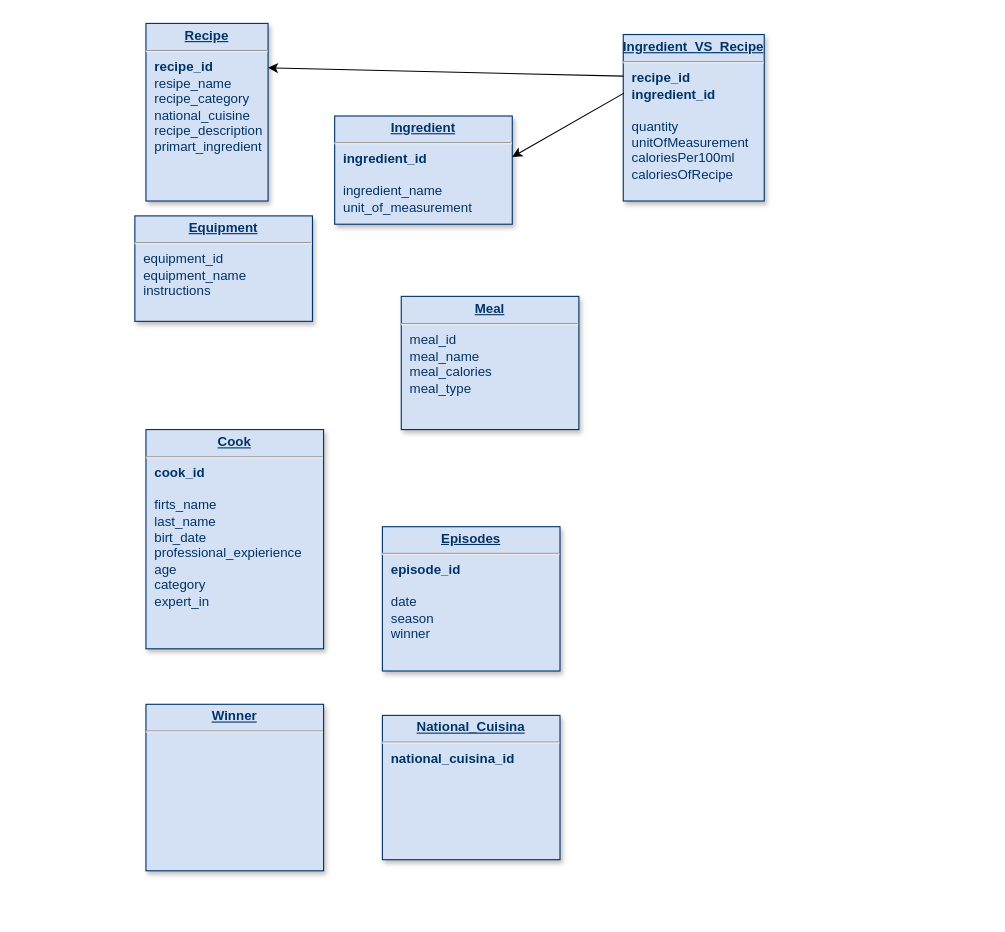
Before: Untitled Diagram.drawio in Silia030303/Data_Base_NTUA, a draw.io diagram. Source tidied: cells renumbered, new cells numbered last; positions are measured from the earlier drawing's top-left corner, leaving out a move shared by most shapes. Both pictures are drawn from the tidied source at 111%, with x=0, y=0 at pixel (134, 23).
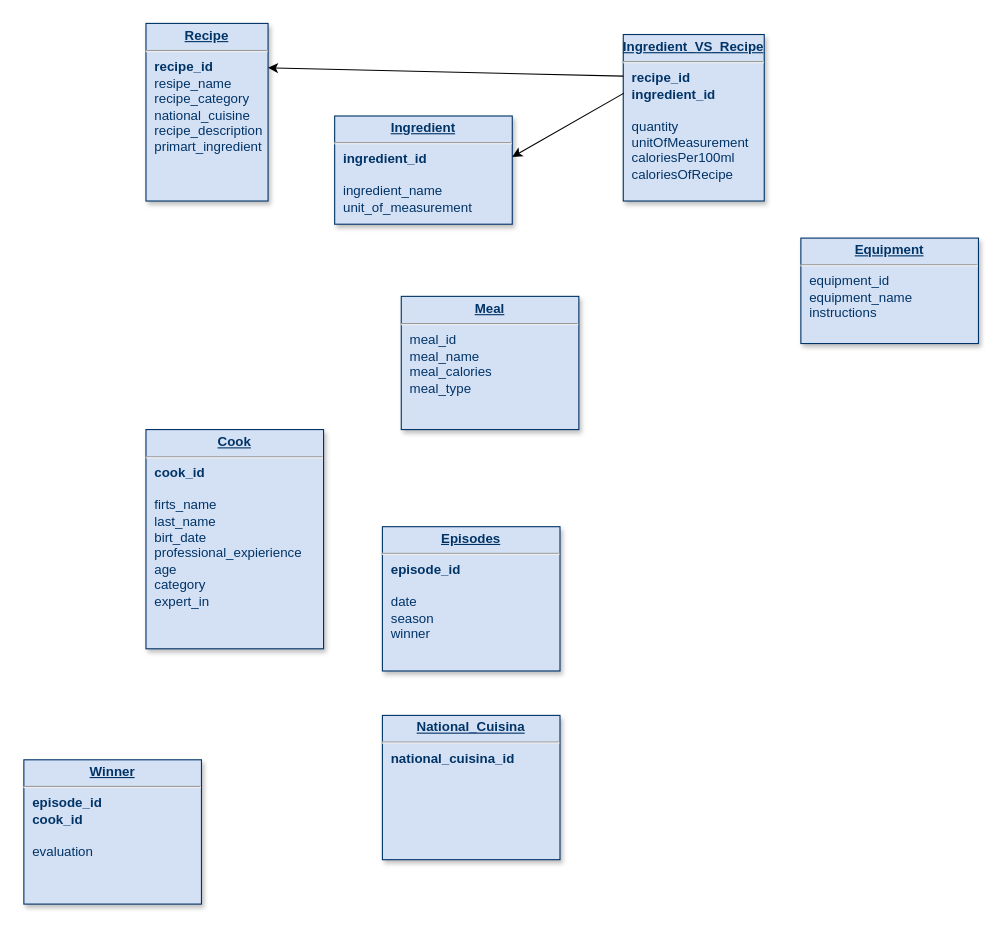
Above is the later version.

The edit, as a diff of the source:
```diff
@@
 <mxGraphModel>
   <root>
     <mxCell id="0" />
     <mxCell id="1" parent="0" />
     <mxCell id="2" value="&lt;p style=&quot;margin: 0px; margin-top: 4px; text-align: center; text-decoration: underline;&quot;&gt;&lt;b&gt;Meal&lt;/b&gt;&lt;/p&gt;&lt;hr&gt;&lt;p style=&quot;margin: 0px; margin-left: 8px;&quot;&gt;meal_id&lt;br&gt;meal_name&lt;/p&gt;&lt;p style=&quot;margin: 0px; margin-left: 8px;&quot;&gt;meal_calories&lt;/p&gt;&lt;p style=&quot;margin: 0px; margin-left: 8px;&quot;&gt;meal_type&lt;/p&gt;" style="verticalAlign=top;align=left;overflow=fill;fontSize=12;fontFamily=Helvetica;html=1;strokeColor=#003366;shadow=1;fillColor=#D4E1F5;fontColor=#003366;" parent="1" vertex="1">
       <mxGeometry x="240" y="245.5" width="160" height="120" as="geometry" />
     </mxCell>
     <mxCell id="3" value="&lt;p style=&quot;margin: 4px 0px 0px; text-align: center;&quot;&gt;&lt;b style=&quot;text-decoration-line: underline;&quot;&gt;In&lt;/b&gt;&lt;span style=&quot;background-color: initial; text-align: left;&quot;&gt;&lt;b&gt;&lt;u&gt;gredient&lt;/u&gt;&lt;/b&gt;&lt;/span&gt;&lt;/p&gt;&lt;hr&gt;&lt;p style=&quot;margin: 0px; margin-left: 8px;&quot;&gt;&lt;b&gt;ingredient_id&lt;/b&gt;&lt;/p&gt;&lt;p style=&quot;margin: 0px; margin-left: 8px;&quot;&gt;&lt;br&gt;&lt;/p&gt;&lt;p style=&quot;margin: 0px; margin-left: 8px;&quot;&gt;ingredient_name&amp;nbsp;&lt;/p&gt;&lt;p style=&quot;margin: 0px; margin-left: 8px;&quot;&gt;unit_of_measurement&lt;/p&gt;" style="verticalAlign=top;align=left;overflow=fill;fontSize=12;fontFamily=Helvetica;html=1;strokeColor=#003366;shadow=1;fillColor=#D4E1F5;fontColor=#003366;" parent="1" vertex="1">
       <mxGeometry x="180" y="83" width="160" height="97.5" as="geometry" />
     </mxCell>
     <mxCell id="4" value="&lt;p style=&quot;margin: 0px; margin-top: 4px; text-align: center; text-decoration: underline;&quot;&gt;&lt;b&gt;Equipment&lt;/b&gt;&lt;/p&gt;&lt;hr&gt;&lt;p style=&quot;margin: 0px; margin-left: 8px;&quot;&gt;equipment_id&lt;/p&gt;&lt;p style=&quot;margin: 0px; margin-left: 8px;&quot;&gt;equipment_name&amp;nbsp;&lt;/p&gt;&lt;p style=&quot;margin: 0px; margin-left: 8px;&quot;&gt;instructions&lt;/p&gt;" style="verticalAlign=top;align=left;overflow=fill;fontSize=12;fontFamily=Helvetica;html=1;strokeColor=#003366;shadow=1;fillColor=#D4E1F5;fontColor=#003366;" parent="1" vertex="1">
-      <mxGeometry y="173" width="160" height="95" as="geometry" />
+      <mxGeometry x="600" y="193" width="160" height="95" as="geometry" />
     </mxCell>
     <mxCell id="5" value="&lt;p style=&quot;margin: 0px; margin-top: 4px; text-align: center; text-decoration: underline;&quot;&gt;&lt;b&gt;Ingredient_VS_Recipe&lt;/b&gt;&lt;/p&gt;&lt;hr&gt;&lt;p style=&quot;margin: 0px; margin-left: 8px;&quot;&gt;&lt;b&gt;recipe_id&lt;/b&gt;&lt;/p&gt;&lt;p style=&quot;margin: 0px; margin-left: 8px;&quot;&gt;&lt;b&gt;ingredient_id&lt;/b&gt;&lt;/p&gt;&lt;p style=&quot;margin: 0px; margin-left: 8px;&quot;&gt;&lt;br&gt;&lt;/p&gt;&lt;p style=&quot;margin: 0px; margin-left: 8px;&quot;&gt;quantity&amp;nbsp;&lt;/p&gt;&lt;p style=&quot;margin: 0px; margin-left: 8px;&quot;&gt;unitOfMeasurement&lt;/p&gt;&lt;p style=&quot;margin: 0px; margin-left: 8px;&quot;&gt;caloriesPer100ml&lt;/p&gt;&lt;p style=&quot;margin: 0px; margin-left: 8px;&quot;&gt;caloriesOfRecipe&lt;/p&gt;" style="verticalAlign=top;align=left;overflow=fill;fontSize=12;fontFamily=Helvetica;html=1;strokeColor=#003366;shadow=1;fillColor=#D4E1F5;fontColor=#003366;" parent="1" vertex="1">
       <mxGeometry x="440" y="9.6" width="127" height="150" as="geometry" />
     </mxCell>
     <mxCell id="6" value="&lt;p style=&quot;margin: 0px; margin-top: 4px; text-align: center; text-decoration: underline;&quot;&gt;&lt;b&gt;Recipe&lt;/b&gt;&lt;/p&gt;&lt;hr&gt;&lt;p style=&quot;margin: 0px; margin-left: 8px;&quot;&gt;&lt;b&gt;recipe_id&lt;/b&gt;&lt;/p&gt;&lt;p style=&quot;margin: 0px; margin-left: 8px;&quot;&gt;resipe_name&lt;/p&gt;&lt;p style=&quot;margin: 0px; margin-left: 8px;&quot;&gt;recipe_category&lt;/p&gt;&lt;p style=&quot;margin: 0px; margin-left: 8px;&quot;&gt;national_cuisine&lt;/p&gt;&lt;p style=&quot;margin: 0px; margin-left: 8px;&quot;&gt;recipe_description&lt;/p&gt;&lt;p style=&quot;margin: 0px; margin-left: 8px;&quot;&gt;primart_ingredient&lt;/p&gt;" style="verticalAlign=top;align=left;overflow=fill;fontSize=12;fontFamily=Helvetica;html=1;strokeColor=#003366;shadow=1;fillColor=#D4E1F5;fontColor=#003366;" parent="1" vertex="1">
       <mxGeometry x="10" y="-0.4" width="110" height="160" as="geometry" />
     </mxCell>
     <mxCell id="7" style="endArrow=classic;html=1;rounded=0;exitX=0;exitY=0.25;exitDx=0;exitDy=0;entryX=1;entryY=0.25;entryDx=0;entryDy=0;" parent="1" edge="1" source="5" target="6">
       <mxGeometry relative="1" as="geometry" />
     </mxCell>
     <mxCell id="8" style="endArrow=classic;html=1;rounded=0;exitX=0.005;exitY=0.352;exitDx=0;exitDy=0;exitPerimeter=0;entryX=1;entryY=0.378;entryDx=0;entryDy=0;entryPerimeter=0;" parent="1" edge="1" source="5" target="3">
       <mxGeometry relative="1" as="geometry" />
     </mxCell>
     <mxCell id="9" value="&lt;p style=&quot;margin: 0px; margin-top: 4px; text-align: center; text-decoration: underline;&quot;&gt;&lt;b&gt;Episodes&lt;/b&gt;&lt;/p&gt;&lt;hr&gt;&lt;p style=&quot;margin: 0px; margin-left: 8px;&quot;&gt;&lt;b&gt;episode_id&lt;/b&gt;&lt;/p&gt;&lt;p style=&quot;margin: 0px; margin-left: 8px;&quot;&gt;&lt;br&gt;&lt;/p&gt;&lt;p style=&quot;margin: 0px; margin-left: 8px;&quot;&gt;date&lt;/p&gt;&lt;p style=&quot;margin: 0px; margin-left: 8px;&quot;&gt;season&lt;/p&gt;&lt;p style=&quot;margin: 0px; margin-left: 8px;&quot;&gt;winner&lt;/p&gt;&lt;p style=&quot;margin: 0px; margin-left: 8px;&quot;&gt;&lt;br&gt;&lt;/p&gt;" style="verticalAlign=top;align=left;overflow=fill;fontSize=12;fontFamily=Helvetica;html=1;strokeColor=#003366;shadow=1;fillColor=#D4E1F5;fontColor=#003366;" parent="1" vertex="1">
       <mxGeometry x="223" y="453" width="160" height="130" as="geometry" />
     </mxCell>
     <mxCell id="10" value="&lt;p style=&quot;margin: 0px; margin-top: 4px; text-align: center; text-decoration: underline;&quot;&gt;&lt;b&gt;National_Cuisina&lt;/b&gt;&lt;/p&gt;&lt;hr&gt;&lt;p style=&quot;margin: 0px; margin-left: 8px;&quot;&gt;&lt;b&gt;national_cuisina_id&lt;/b&gt;&lt;/p&gt;&lt;p style=&quot;margin: 0px; margin-left: 8px;&quot;&gt;&lt;br&gt;&lt;/p&gt;&lt;p style=&quot;margin: 0px; margin-left: 8px;&quot;&gt;&lt;br&gt;&lt;/p&gt;" style="verticalAlign=top;align=left;overflow=fill;fontSize=12;fontFamily=Helvetica;html=1;strokeColor=#003366;shadow=1;fillColor=#D4E1F5;fontColor=#003366;" parent="1" vertex="1">
       <mxGeometry x="223" y="623" width="160" height="130" as="geometry" />
     </mxCell>
-    <mxCell id="11" value="&lt;p style=&quot;margin: 0px; margin-top: 4px; text-align: center; text-decoration: underline;&quot;&gt;&lt;b&gt;Winner&lt;/b&gt;&lt;/p&gt;&lt;hr&gt;&lt;p style=&quot;margin: 0px; margin-left: 8px;&quot;&gt;&lt;br&gt;&lt;/p&gt;&lt;p style=&quot;margin: 0px; margin-left: 8px;&quot;&gt;&lt;br&gt;&lt;/p&gt;&lt;p style=&quot;margin: 0px; margin-left: 8px;&quot;&gt;&lt;br&gt;&lt;/p&gt;" style="verticalAlign=top;align=left;overflow=fill;fontSize=12;fontFamily=Helvetica;html=1;strokeColor=#003366;shadow=1;fillColor=#D4E1F5;fontColor=#003366;" parent="1" vertex="1">
-      <mxGeometry x="10" y="613" width="160" height="150" as="geometry" />
+    <mxCell id="11" value="&lt;p style=&quot;margin: 0px; margin-top: 4px; text-align: center; text-decoration: underline;&quot;&gt;&lt;b&gt;Winner&lt;/b&gt;&lt;/p&gt;&lt;hr&gt;&lt;p style=&quot;margin: 0px; margin-left: 8px;&quot;&gt;&lt;b&gt;episode_id&lt;/b&gt;&lt;/p&gt;&lt;p style=&quot;margin: 0px; margin-left: 8px;&quot;&gt;&lt;b&gt;cook_id&lt;/b&gt;&lt;/p&gt;&lt;p style=&quot;margin: 0px; margin-left: 8px;&quot;&gt;&lt;br&gt;&lt;/p&gt;&lt;p style=&quot;margin: 0px; margin-left: 8px;&quot;&gt;evaluation&lt;/p&gt;&lt;p style=&quot;margin: 0px; margin-left: 8px;&quot;&gt;&lt;br&gt;&lt;/p&gt;&lt;p style=&quot;margin: 0px; margin-left: 8px;&quot;&gt;&lt;br&gt;&lt;/p&gt;" style="verticalAlign=top;align=left;overflow=fill;fontSize=12;fontFamily=Helvetica;html=1;strokeColor=#003366;shadow=1;fillColor=#D4E1F5;fontColor=#003366;" parent="1" vertex="1">
+      <mxGeometry x="-100" y="663" width="160" height="130" as="geometry" />
     </mxCell>
     <mxCell id="12" value="&lt;p style=&quot;margin: 0px; margin-top: 4px; text-align: center; text-decoration: underline;&quot;&gt;&lt;b&gt;Cook&lt;/b&gt;&lt;/p&gt;&lt;hr&gt;&lt;p style=&quot;margin: 0px; margin-left: 8px;&quot;&gt;&lt;b&gt;cook_id&lt;/b&gt;&lt;/p&gt;&lt;p style=&quot;margin: 0px; margin-left: 8px;&quot;&gt;&lt;br&gt;&lt;/p&gt;&lt;p style=&quot;margin: 0px; margin-left: 8px;&quot;&gt;firts_name&lt;/p&gt;&lt;p style=&quot;margin: 0px; margin-left: 8px;&quot;&gt;last_name&lt;/p&gt;&lt;p style=&quot;margin: 0px; margin-left: 8px;&quot;&gt;birt_date&lt;/p&gt;&lt;p style=&quot;margin: 0px; margin-left: 8px;&quot;&gt;professional_expierience&lt;/p&gt;&lt;p style=&quot;margin: 0px; margin-left: 8px;&quot;&gt;age&lt;/p&gt;&lt;p style=&quot;margin: 0px; margin-left: 8px;&quot;&gt;category&lt;/p&gt;&lt;p style=&quot;margin: 0px; margin-left: 8px;&quot;&gt;expert_in&lt;/p&gt;&lt;p style=&quot;margin: 0px; margin-left: 8px;&quot;&gt;&lt;br&gt;&lt;/p&gt;" style="verticalAlign=top;align=left;overflow=fill;fontSize=12;fontFamily=Helvetica;html=1;strokeColor=#003366;shadow=1;fillColor=#D4E1F5;fontColor=#003366;" parent="1" vertex="1">
       <mxGeometry x="10" y="365.5" width="160" height="197.5" as="geometry" />
     </mxCell>
   </root>
 </mxGraphModel>
```
